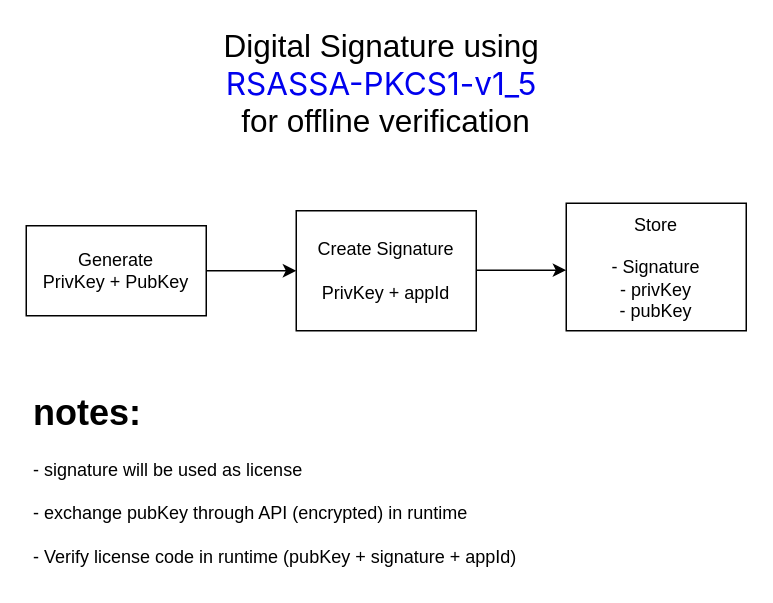
The draw.io diagram page "license generator" (1 of 2) of drawio/rn-licensing.drawio in bobbyecho/rn-licensing, before the edit. Source tidied: cells renumbered, new cells numbered last; positions are measured from the earlier drawing's top-left corner, leaving out a move shared by most shapes. Both pictures are drawn from the tidied source at 150%, with x=0, y=0 at pixel (26, 38).
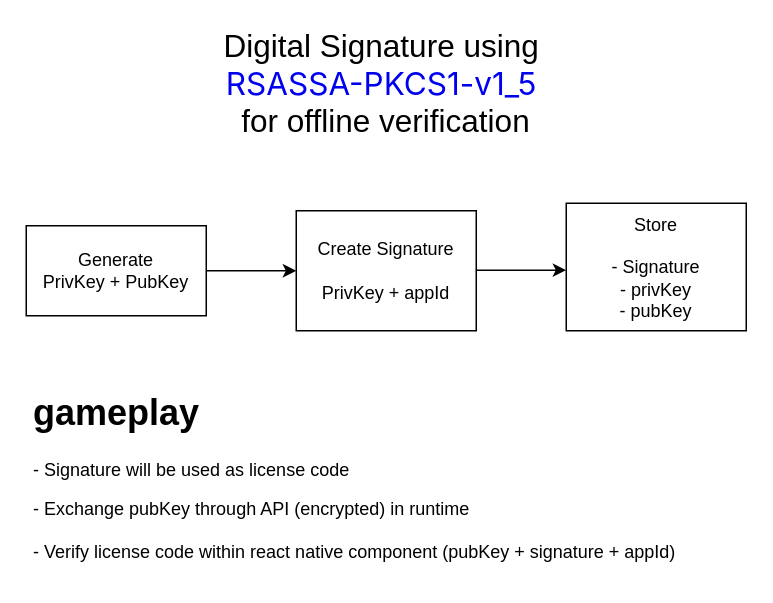
After the change.

The edit, as a diff of the source:
```diff
@@
 <mxGraphModel>
   <root>
     <mxCell id="0" />
     <mxCell id="1" parent="0" />
     <mxCell id="2" value="Digital Signature using&amp;nbsp;&lt;br&gt;&lt;a style=&quot;font-family: Inter, &amp;quot;system-ui&amp;quot;, &amp;quot;Segoe UI&amp;quot;, Roboto, Oxygen, Ubuntu, Cantarell, &amp;quot;Fira Sans&amp;quot;, &amp;quot;Droid Sans&amp;quot;, &amp;quot;Helvetica Neue&amp;quot;, sans-serif; letter-spacing: var(--heading-letter-spacing); text-align: start; box-sizing: border-box; text-decoration-line: none; text-decoration-skip-ink: auto; width: fit-content; font-size: 21px;&quot; href=&quot;https://developer.mozilla.org/en-US/docs/Web/API/SubtleCrypto/verify#rsassa-pkcs1-v1_5&quot;&gt;RSASSA-PKCS1-v1_5&lt;/a&gt;&amp;nbsp;&lt;br&gt;for offline verification" style="text;html=1;strokeColor=none;fillColor=none;align=center;verticalAlign=middle;whiteSpace=wrap;rounded=0;fontSize=21;" parent="1" vertex="1">
       <mxGeometry x="85" width="310" height="60" as="geometry" />
     </mxCell>
     <mxCell id="3" value="Generate&lt;br&gt;PrivKey + PubKey" style="rounded=0;whiteSpace=wrap;html=1;" parent="1" vertex="1">
       <mxGeometry y="125" width="120" height="60" as="geometry" />
     </mxCell>
     <mxCell id="4" style="endArrow=classic;html=1;rounded=0;" parent="1" edge="1">
       <mxGeometry relative="1" as="geometry">
         <mxPoint x="120" y="155" as="sourcePoint" />
         <mxPoint x="180" y="155" as="targetPoint" />
       </mxGeometry>
     </mxCell>
     <mxCell id="5" value="Create Signature&lt;br&gt;&lt;br&gt;PrivKey + appId" style="rounded=0;whiteSpace=wrap;html=1;" parent="1" vertex="1">
       <mxGeometry x="180" y="115" width="120" height="80" as="geometry" />
     </mxCell>
     <mxCell id="6" style="endArrow=classic;html=1;rounded=0;" parent="1" edge="1">
       <mxGeometry relative="1" as="geometry">
         <mxPoint x="300" y="154.6" as="sourcePoint" />
         <mxPoint x="360" y="154.6" as="targetPoint" />
       </mxGeometry>
     </mxCell>
     <mxCell id="7" value="Store&lt;br&gt;&lt;br&gt;- Signature&lt;br&gt;- privKey&lt;br&gt;- pubKey" style="rounded=0;whiteSpace=wrap;html=1;" parent="1" vertex="1">
       <mxGeometry x="360" y="110" width="120" height="85" as="geometry" />
     </mxCell>
-    <mxCell id="8" value="&lt;h1&gt;notes:&lt;/h1&gt;&lt;p&gt;- signature will be used as license&lt;br&gt;&lt;br&gt;- exchange pubKey through API (encrypted) in runtime&lt;br&gt;&lt;br&gt;- Verify license code in runtime (pubKey + signature + appId)&lt;/p&gt;" style="text;html=1;strokeColor=none;fillColor=none;spacing=5;spacingTop=-20;whiteSpace=wrap;overflow=hidden;rounded=0;" parent="1" vertex="1">
-      <mxGeometry y="230" width="420" height="130" as="geometry" />
+    <mxCell id="8" value="&lt;h1&gt;gameplay&lt;/h1&gt;&lt;p&gt;- Signature will be used as license code&lt;/p&gt;&lt;p&gt;- Exchange pubKey through API (encrypted) in runtime&lt;br&gt;&lt;br&gt;- Verify license code within react native component (pubKey + signature + appId)&lt;/p&gt;" style="text;html=1;strokeColor=none;fillColor=none;spacing=5;spacingTop=-20;whiteSpace=wrap;overflow=hidden;rounded=0;" parent="1" vertex="1">
+      <mxGeometry y="230" width="460" height="130" as="geometry" />
     </mxCell>
   </root>
 </mxGraphModel>
```
